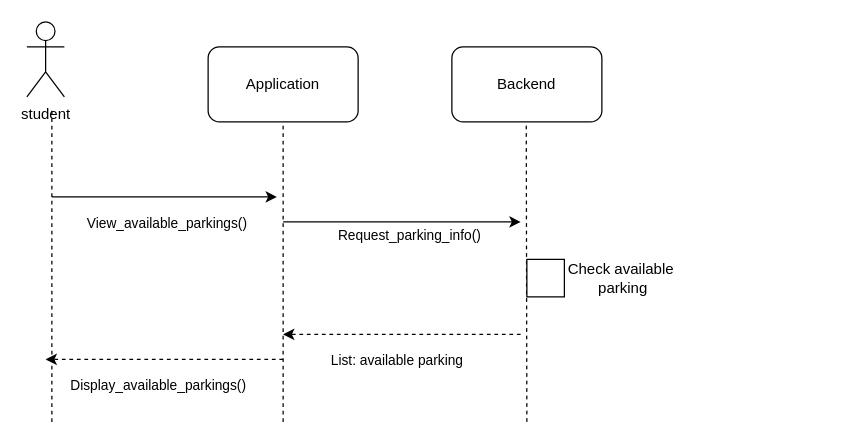
Before: page "available parking" (3 of 7) of Untitled Diagram.drawio in sarraGhali/Drone-parking-system, a draw.io diagram. Source tidied: cells renumbered, new cells numbered last; positions are measured from the earlier drawing's top-left corner, leaving out a move shared by most shapes. Both pictures are drawn from the tidied source at 125%, with x=0, y=0 at pixel (26, 21).
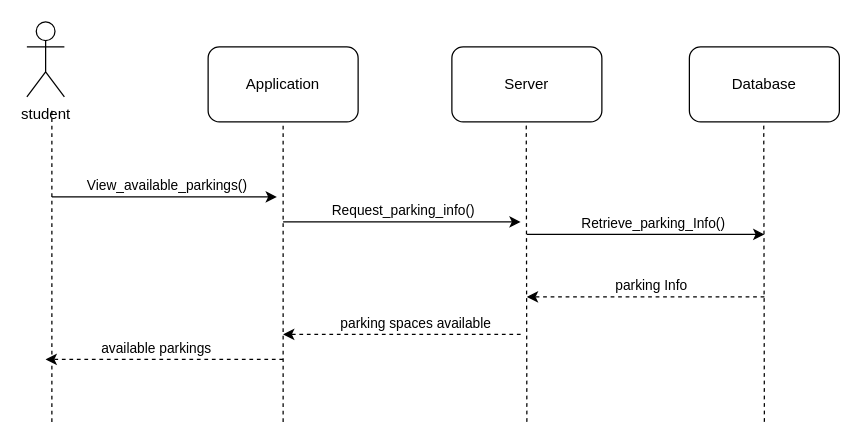
The same page after the edit.

Unchanged cells that the change refers to:
```xml
<mxCell id="8" style="endArrow=classic;html=1;rounded=0;" parent="1" edge="1">
  <mxGeometry relative="1" as="geometry">
    <mxPoint x="20" y="140" as="sourcePoint" />
    <mxPoint x="200" y="140" as="targetPoint" />
  </mxGeometry>
</mxCell>
<mxCell id="10" style="endArrow=classic;html=1;rounded=0;" parent="1" edge="1">
  <mxGeometry relative="1" as="geometry">
    <mxPoint x="205" y="160" as="sourcePoint" />
    <mxPoint x="395" y="160" as="targetPoint" />
  </mxGeometry>
</mxCell>
<mxCell id="12" style="endArrow=classic;html=1;rounded=0;fontSize=11;dashed=1;" parent="1" edge="1">
  <mxGeometry relative="1" as="geometry">
    <mxPoint x="395" y="250" as="sourcePoint" />
    <mxPoint x="205" y="250" as="targetPoint" />
  </mxGeometry>
</mxCell>
<mxCell id="14" style="endArrow=classic;html=1;rounded=0;fontSize=11;dashed=1;" parent="1" edge="1">
  <mxGeometry relative="1" as="geometry">
    <mxPoint x="205" y="270" as="sourcePoint" />
    <mxPoint x="15" y="270" as="targetPoint" />
  </mxGeometry>
</mxCell>
```

Diff of the diagram source:
```diff
@@
-    <mxCell id="3" value="Backend" style="rounded=1;whiteSpace=wrap;html=1;" parent="1" vertex="1">
+    <mxCell id="3" value="Server" style="rounded=1;whiteSpace=wrap;html=1;" parent="1" vertex="1">
       <mxGeometry x="340" y="20" width="120" height="60" as="geometry" />
     </mxCell>
@@
     <mxCell id="9" value="View_available_parkings()" style="edgeLabel;html=1;align=center;verticalAlign=middle;" parent="8" vertex="1">
       <mxGeometry x="0.14" y="-4" relative="1" as="geometry">
-        <mxPoint x="-12" y="16" as="offset" />
+        <mxPoint x="-12" y="-14" as="offset" />
       </mxGeometry>
     </mxCell>
@@
     <mxCell id="11" value="Request_parking_info()" style="edgeLabel;html=1;align=center;verticalAlign=middle;" parent="10" vertex="1">
       <mxGeometry x="0.05" y="-2" relative="1" as="geometry">
-        <mxPoint y="8" as="offset" />
+        <mxPoint x="-5" y="-12" as="offset" />
       </mxGeometry>
     </mxCell>
@@
-    <mxCell id="13" value="List: available parking" style="edgeLabel;html=1;align=center;verticalAlign=middle;fontSize=11;" parent="12" vertex="1">
+    <mxCell id="13" value="parking spaces available" style="edgeLabel;html=1;align=center;verticalAlign=middle;fontSize=11;" parent="12" vertex="1">
       <mxGeometry x="0.1" y="-2" relative="1" as="geometry">
-        <mxPoint x="5" y="22" as="offset" />
+        <mxPoint x="20" y="-8" as="offset" />
       </mxGeometry>
     </mxCell>
@@
-    <mxCell id="15" value="Display_available_parkings()" style="edgeLabel;html=1;align=center;verticalAlign=middle;fontSize=11;" parent="14" vertex="1">
+    <mxCell id="15" value="available parkings&amp;nbsp;" style="edgeLabel;html=1;align=center;verticalAlign=middle;fontSize=11;" parent="14" vertex="1">
       <mxGeometry x="0.1" y="-2" relative="1" as="geometry">
-        <mxPoint x="5" y="22" as="offset" />
+        <mxPoint x="5" y="-8" as="offset" />
       </mxGeometry>
     </mxCell>
-    <mxCell id="16" style="rounded=0;whiteSpace=wrap;html=1;fontSize=12;" parent="1" vertex="1">
-      <mxGeometry x="400" y="190" width="30" height="30" as="geometry" />
-    </mxCell>
-    <mxCell id="17" value="Check available&lt;br&gt;&amp;nbsp;parking" style="text;html=1;align=center;verticalAlign=middle;strokeColor=none;fillColor=none;fontSize=12;" parent="1" vertex="1">
-      <mxGeometry x="420" y="185" width="110" height="40" as="geometry" />
-    </mxCell>
+    <mxCell id="18" value="Database" style="rounded=1;whiteSpace=wrap;html=1;" parent="1" vertex="1">
+      <mxGeometry x="530" y="20" width="120" height="60" as="geometry" />
+    </mxCell>
+    <mxCell id="19" style="endArrow=none;dashed=1;html=1;rounded=0;" parent="1" edge="1">
+      <mxGeometry relative="1" as="geometry">
+        <mxPoint x="590" y="320" as="sourcePoint" />
+        <mxPoint x="589.5" y="80" as="targetPoint" />
+      </mxGeometry>
+    </mxCell>
+    <mxCell id="20" style="endArrow=classic;html=1;rounded=0;" parent="1" edge="1">
+      <mxGeometry relative="1" as="geometry">
+        <mxPoint x="400" y="170" as="sourcePoint" />
+        <mxPoint x="590" y="170" as="targetPoint" />
+      </mxGeometry>
+    </mxCell>
+    <mxCell id="21" value="Retrieve_parking_Info()" style="edgeLabel;html=1;align=center;verticalAlign=middle;" parent="20" vertex="1">
+      <mxGeometry x="0.05" y="-2" relative="1" as="geometry">
+        <mxPoint y="-12" as="offset" />
+      </mxGeometry>
+    </mxCell>
+    <mxCell id="22" style="endArrow=classic;html=1;rounded=0;fontSize=11;dashed=1;" parent="1" edge="1">
+      <mxGeometry relative="1" as="geometry">
+        <mxPoint x="590" y="220" as="sourcePoint" />
+        <mxPoint x="400" y="220" as="targetPoint" />
+      </mxGeometry>
+    </mxCell>
+    <mxCell id="23" value="parking Info&amp;nbsp;" style="edgeLabel;html=1;align=center;verticalAlign=middle;fontSize=11;" parent="22" vertex="1">
+      <mxGeometry x="0.1" y="-2" relative="1" as="geometry">
+        <mxPoint x="15" y="-8" as="offset" />
+      </mxGeometry>
+    </mxCell>
```
